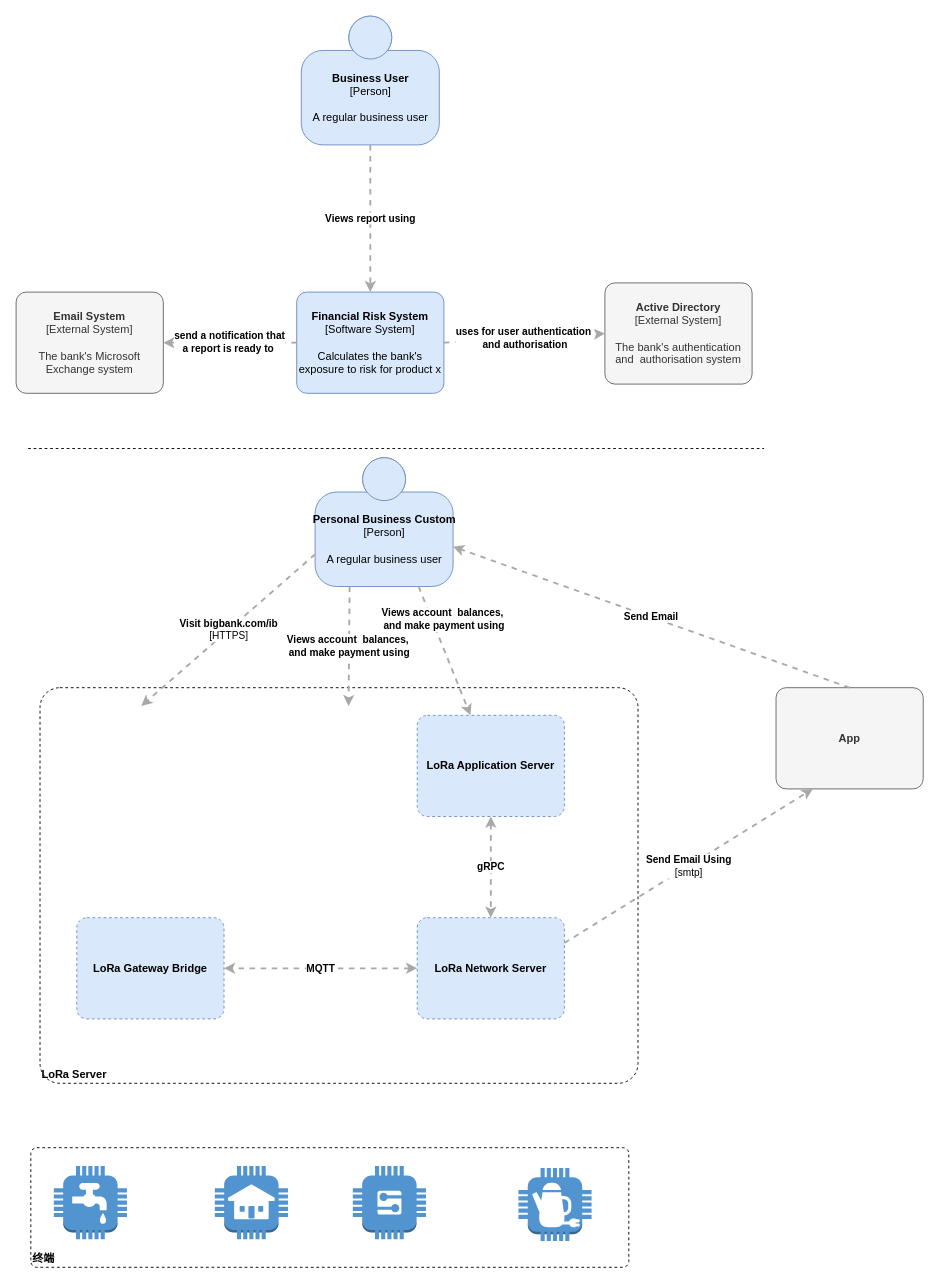
Before: seewo/drawio/设备协议统一.drawio in yzzh9/yzzh9, a draw.io diagram. Source tidied: cells renumbered, new cells numbered last; positions are measured from the earlier drawing's top-left corner, leaving out a move shared by most shapes. Both pictures are drawn from the tidied source at 92%, with x=0, y=0 at pixel (16, 16).
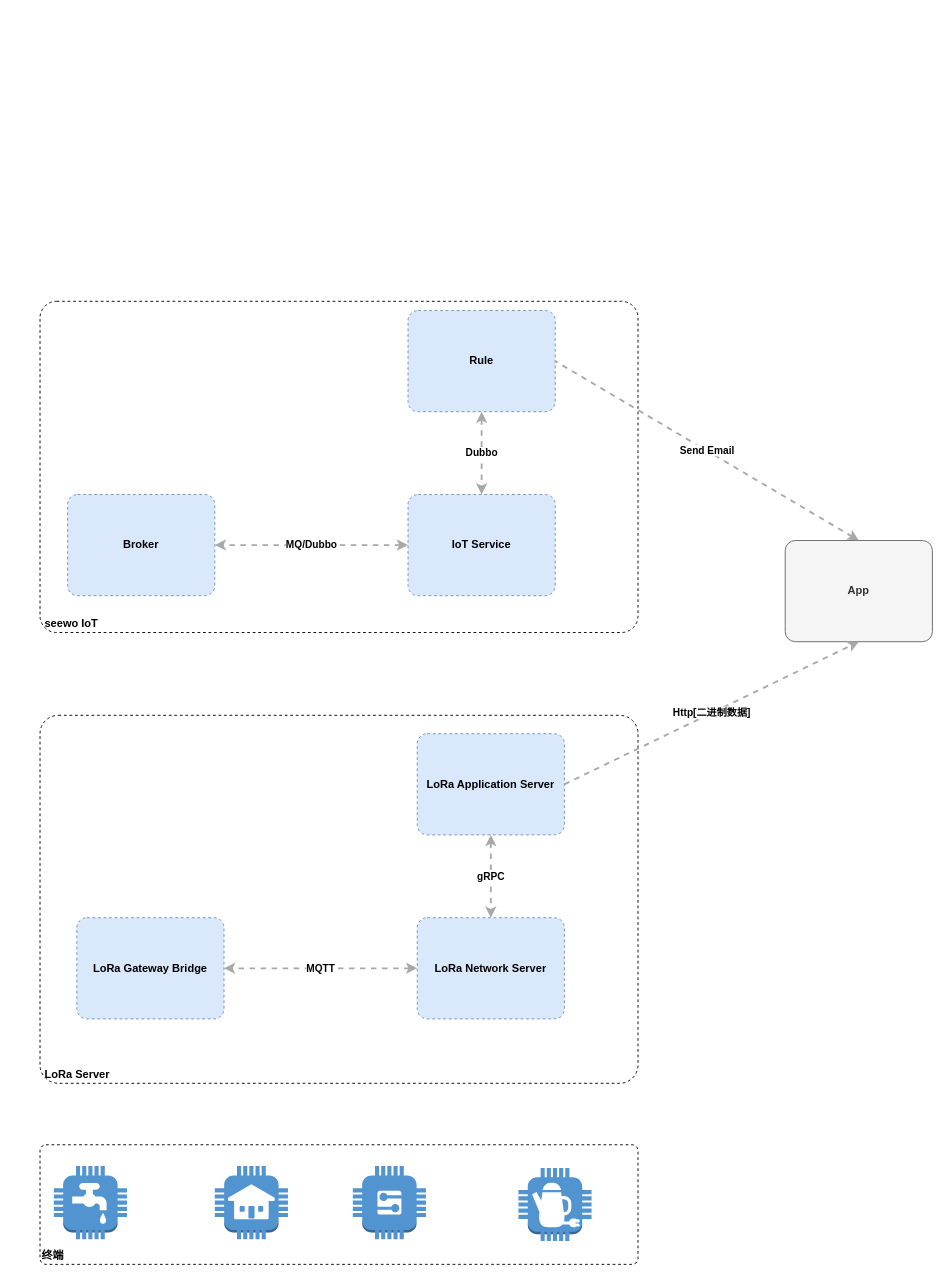
Above is the later version.

Commit message (it also covers changes not shown here):
更新设备协议统一.drawio

Unchanged cells that the change refers to:
```xml
<mxCell id="14" value="&lt;b&gt;LoRa Network Server&lt;/b&gt;" style="rounded=1;whiteSpace=wrap;html=1;labelBackgroundColor=none;fillColor=#dae8fc;fontColor=#000000;align=center;arcSize=10;strokeColor=#6c8ebf;points=[[0.25,0,0],[0.5,0,0],[0.75,0,0],[1,0.25,0],[1,0.5,0],[1,0.75,0],[0.75,1,0],[0.5,1,0],[0.25,1,0],[0,0.75,0],[0,0.5,0],[0,0.25,0]];dashed=1;" parent="1" vertex="1">
  <mxGeometry x="436" y="980" width="160" height="110" as="geometry" />
</mxCell>
```

The edit, as a diff of the source:
```diff
@@
-    <mxCell id="2" value="&lt;b&gt;Business User&lt;/b&gt;&lt;br&gt;&lt;div&gt;[Person]&lt;/div&gt;&lt;br&gt;&lt;div&gt;A regular business user&lt;/div&gt;" style="html=1;dashed=0;whitespace=wrap;fillColor=#DAE8FC;strokeColor=#6C8EBF;shape=mxgraph.c4.person;align=center;points=[[0.5,0,0],[1,0.5,0],[1,0.75,0],[0.75,1,0],[0.5,1,0],[0.25,1,0],[0,0.75,0],[0,0.5,0]];" parent="1" vertex="1">
-      <mxGeometry x="310" width="150" height="140" as="geometry" />
-    </mxCell>
-    <mxCell id="3" value="&lt;b&gt;Financial Risk System&lt;/b&gt;&lt;br&gt;&lt;div&gt;[Software System]&lt;/div&gt;&lt;br&gt;&lt;div&gt;Calculates the bank's exposure to risk for product x&lt;/div&gt;" style="rounded=1;whiteSpace=wrap;html=1;labelBackgroundColor=none;fillColor=#dae8fc;fontColor=#000000;align=center;arcSize=10;strokeColor=#6c8ebf;points=[[0.25,0,0],[0.5,0,0],[0.75,0,0],[1,0.25,0],[1,0.5,0],[1,0.75,0],[0.75,1,0],[0.5,1,0],[0.25,1,0],[0,0.75,0],[0,0.5,0],[0,0.25,0]];" parent="1" vertex="1">
-      <mxGeometry x="305" y="300" width="160" height="110" as="geometry" />
-    </mxCell>
-    <mxCell id="4" value="&lt;div style=&quot;text-align: left&quot;&gt;&lt;div style=&quot;text-align: center&quot;&gt;&lt;b&gt;Views report using&lt;/b&gt;&lt;/div&gt;&lt;/div&gt;" style="edgeStyle=none;rounded=0;html=1;entryX=0.5;entryY=0;jettySize=auto;strokeColor=#A8A8A8;strokeWidth=2;fontColor=#000000;jumpStyle=none;dashed=1;exitX=0.5;exitY=1;exitDx=0;exitDy=0;exitPerimeter=0;entryDx=0;entryDy=0;entryPerimeter=0;" parent="1" edge="1" source="2" target="3">
-      <mxGeometry relative="1" as="geometry" />
-    </mxCell>
-    <mxCell id="5" value="&lt;b&gt;Active Directory&lt;/b&gt;&lt;br&gt;&lt;div&gt;[External System]&lt;/div&gt;&lt;br&gt;&lt;div&gt;The bank's authentication and&amp;nbsp; authorisation system&lt;/div&gt;" style="rounded=1;whiteSpace=wrap;html=1;labelBackgroundColor=none;fillColor=#f5f5f5;fontColor=#333333;align=center;arcSize=10;strokeColor=#666666;points=[[0.25,0,0],[0.5,0,0],[0.75,0,0],[1,0.25,0],[1,0.5,0],[1,0.75,0],[0.75,1,0],[0.5,1,0],[0.25,1,0],[0,0.75,0],[0,0.5,0],[0,0.25,0]];" parent="1" vertex="1">
-      <mxGeometry x="640" y="290" width="160" height="110" as="geometry" />
-    </mxCell>
-    <mxCell id="6" value="&lt;div style=&quot;text-align: left&quot;&gt;&lt;div style=&quot;text-align: center&quot;&gt;&lt;b&gt;uses for user authentication&amp;nbsp;&lt;/b&gt;&lt;/div&gt;&lt;div style=&quot;text-align: center&quot;&gt;&lt;b&gt;and authorisation&lt;/b&gt;&lt;/div&gt;&lt;/div&gt;" style="edgeStyle=none;rounded=0;html=1;entryX=0;entryY=0.5;jettySize=auto;strokeColor=#A8A8A8;strokeWidth=2;fontColor=#000000;jumpStyle=none;dashed=1;exitX=1;exitY=0.5;exitDx=0;exitDy=0;exitPerimeter=0;entryDx=0;entryDy=0;entryPerimeter=0;" parent="1" edge="1" source="3" target="5">
-      <mxGeometry relative="1" as="geometry" />
-    </mxCell>
-    <mxCell id="7" value="&lt;b&gt;Email System&lt;/b&gt;&lt;br&gt;&lt;div&gt;[External System]&lt;/div&gt;&lt;br&gt;&lt;div&gt;The bank's Microsoft Exchange system&lt;/div&gt;" style="rounded=1;whiteSpace=wrap;html=1;labelBackgroundColor=none;fillColor=#f5f5f5;fontColor=#333333;align=center;arcSize=10;strokeColor=#666666;points=[[0.25,0,0],[0.5,0,0],[0.75,0,0],[1,0.25,0],[1,0.5,0],[1,0.75,0],[0.75,1,0],[0.5,1,0],[0.25,1,0],[0,0.75,0],[0,0.5,0],[0,0.25,0]];" parent="1" vertex="1">
-      <mxGeometry y="300" width="160" height="110" as="geometry" />
-    </mxCell>
-    <mxCell id="8" value="&lt;div style=&quot;text-align: left&quot;&gt;&lt;div style=&quot;text-align: center&quot;&gt;&lt;b&gt;send a notification that &lt;br&gt;a report is ready to&amp;nbsp;&lt;/b&gt;&lt;/div&gt;&lt;/div&gt;" style="edgeStyle=none;rounded=0;html=1;jettySize=auto;strokeColor=#A8A8A8;strokeWidth=2;fontColor=#000000;jumpStyle=none;dashed=1;exitX=0;exitY=0.5;exitDx=0;exitDy=0;exitPerimeter=0;" parent="1" edge="1" source="3" target="7">
-      <mxGeometry relative="1" as="geometry" />
-    </mxCell>
-    <mxCell id="9" style="endArrow=none;dashed=1;html=1;" parent="1" edge="1">
-      <mxGeometry relative="1" as="geometry">
-        <mxPoint x="13" y="470" as="sourcePoint" />
-        <mxPoint x="813" y="470" as="targetPoint" />
-      </mxGeometry>
-    </mxCell>
-    <mxCell id="10" value="&lt;b&gt;Personal Business Custom&lt;/b&gt;&lt;br&gt;&lt;div&gt;[Person]&lt;/div&gt;&lt;br&gt;&lt;div&gt;A regular business user&lt;/div&gt;" style="html=1;dashed=0;whitespace=wrap;fillColor=#DAE8FC;strokeColor=#6C8EBF;shape=mxgraph.c4.person;align=center;points=[[0.5,0,0],[1,0.5,0],[1,0.75,0],[0.75,1,0],[0.5,1,0],[0.25,1,0],[0,0.75,0],[0,0.5,0]];" parent="1" vertex="1">
-      <mxGeometry x="325" y="480" width="150" height="140" as="geometry" />
-    </mxCell>
-    <mxCell id="11" value="&lt;div style=&quot;text-align: left&quot;&gt;&lt;b style=&quot;text-align: center&quot;&gt;LoRa Server&lt;/b&gt;&lt;br&gt;&lt;/div&gt;" style="rounded=1;whiteSpace=wrap;html=1;labelBackgroundColor=none;fillColor=#ffffff;fontColor=#000000;align=left;arcSize=5;strokeColor=#000000;verticalAlign=bottom;dashed=1;" parent="1" vertex="1">
-      <mxGeometry x="26" y="730" width="650" height="430" as="geometry" />
+    <mxCell id="11" value="&lt;div style=&quot;text-align: left&quot;&gt;&lt;b style=&quot;text-align: center&quot;&gt;&amp;nbsp;LoRa Server&lt;/b&gt;&lt;br&gt;&lt;/div&gt;" style="rounded=1;whiteSpace=wrap;html=1;labelBackgroundColor=none;fillColor=#ffffff;fontColor=#000000;align=left;arcSize=5;strokeColor=#000000;verticalAlign=bottom;dashed=1;" parent="1" vertex="1">
+      <mxGeometry x="26" y="760" width="650" height="400" as="geometry" />
     </mxCell>
-    <mxCell id="12" value="&lt;div style=&quot;text-align: left&quot;&gt;&lt;div style=&quot;text-align: center&quot;&gt;&lt;b&gt;Views account&amp;nbsp; balances,&amp;nbsp;&lt;/b&gt;&lt;/div&gt;&lt;div style=&quot;text-align: center&quot;&gt;&lt;b&gt;and make payment using&lt;/b&gt;&lt;/div&gt;&lt;/div&gt;" style="edgeStyle=none;rounded=0;html=1;jettySize=auto;strokeColor=#A8A8A8;strokeWidth=2;fontColor=#000000;jumpStyle=none;dashed=1;exitX=0.25;exitY=1;exitDx=0;exitDy=0;exitPerimeter=0;" parent="1" edge="1" source="10">
-      <mxGeometry relative="1" as="geometry">
-        <mxPoint x="361.4" y="750" as="targetPoint" />
-      </mxGeometry>
-    </mxCell>
-    <mxCell id="13" value="&lt;b&gt;LoRa Application Server&lt;/b&gt;" style="rounded=1;whiteSpace=wrap;html=1;labelBackgroundColor=none;fillColor=#dae8fc;fontColor=#000000;align=center;arcSize=10;strokeColor=#6c8ebf;points=[[0.25,0,0],[0.5,0,0],[0.75,0,0],[1,0.25,0],[1,0.5,0],[1,0.75,0],[0.75,1,0],[0.5,1,0],[0.25,1,0],[0,0.75,0],[0,0.5,0],[0,0.25,0]];dashed=1;" parent="1" vertex="1">
-      <mxGeometry x="436" y="760" width="160" height="110" as="geometry" />
+    <mxCell id="13" value="&lt;b&gt;LoRa Application Server&lt;br&gt;&lt;/b&gt;" style="rounded=1;whiteSpace=wrap;html=1;labelBackgroundColor=none;fillColor=#dae8fc;fontColor=#000000;align=center;arcSize=10;strokeColor=#6c8ebf;points=[[0.25,0,0],[0.5,0,0],[0.75,0,0],[1,0.25,0],[1,0.5,0],[1,0.75,0],[0.75,1,0],[0.5,1,0],[0.25,1,0],[0,0.75,0],[0,0.5,0],[0,0.25,0]];dashed=1;" parent="1" vertex="1">
+      <mxGeometry x="436" y="780" width="160" height="110" as="geometry" />
     </mxCell>
@@
     <mxCell id="15" value="&lt;b&gt;App&lt;/b&gt;" style="rounded=1;whiteSpace=wrap;html=1;labelBackgroundColor=none;fillColor=#f5f5f5;fontColor=#333333;align=center;arcSize=10;strokeColor=#666666;points=[[0.25,0,0],[0.5,0,0],[0.75,0,0],[1,0.25,0],[1,0.5,0],[1,0.75,0],[0.75,1,0],[0.5,1,0],[0.25,1,0],[0,0.75,0],[0,0.5,0],[0,0.25,0]];" parent="1" vertex="1">
-      <mxGeometry x="826" y="730" width="160" height="110" as="geometry" />
+      <mxGeometry x="836" y="570" width="160" height="110" as="geometry" />
     </mxCell>
-    <mxCell id="16" value="&lt;div style=&quot;text-align: left&quot;&gt;&lt;div style=&quot;text-align: center&quot;&gt;&lt;b&gt;Visit bigbank.com/ib&lt;/b&gt;&lt;/div&gt;&lt;div style=&quot;text-align: center&quot;&gt;[HTTPS]&lt;/div&gt;&lt;/div&gt;" style="edgeStyle=none;rounded=0;html=1;entryX=0.5;entryY=0;jettySize=auto;strokeColor=#A8A8A8;strokeWidth=2;fontColor=#000000;jumpStyle=none;dashed=1;exitX=0;exitY=0.75;exitDx=0;exitDy=0;exitPerimeter=0;entryDx=0;entryDy=0;entryPerimeter=0;" parent="1" edge="1" source="10">
-      <mxGeometry relative="1" as="geometry">
-        <mxPoint x="136" y="750" as="targetPoint" />
-      </mxGeometry>
-    </mxCell>
-    <mxCell id="17" value="&lt;div style=&quot;text-align: left&quot;&gt;&lt;div style=&quot;text-align: center&quot;&gt;&lt;b&gt;Views account&amp;nbsp; balances,&amp;nbsp;&lt;/b&gt;&lt;/div&gt;&lt;div style=&quot;text-align: center&quot;&gt;&lt;b&gt;and make payment using&lt;/b&gt;&lt;/div&gt;&lt;/div&gt;" style="edgeStyle=none;rounded=0;html=1;jettySize=auto;strokeColor=#A8A8A8;strokeWidth=2;fontColor=#000000;jumpStyle=none;dashed=1;exitX=0.75;exitY=1;exitDx=0;exitDy=0;exitPerimeter=0;" parent="1" edge="1" source="10" target="13">
-      <mxGeometry x="-0.43" y="11" relative="1" as="geometry">
-        <mxPoint x="1" as="offset" />
-      </mxGeometry>
-    </mxCell>
-    <mxCell id="18" value="&lt;div style=&quot;text-align: left&quot;&gt;&lt;div style=&quot;text-align: center&quot;&gt;&lt;b&gt;Send Email&lt;/b&gt;&lt;/div&gt;&lt;/div&gt;" style="edgeStyle=none;rounded=0;html=1;jettySize=auto;strokeColor=#A8A8A8;strokeWidth=2;fontColor=#000000;jumpStyle=none;dashed=1;exitX=0.5;exitY=0;exitDx=0;exitDy=0;exitPerimeter=0;" parent="1" edge="1" source="15" target="10">
-      <mxGeometry relative="1" as="geometry" />
-    </mxCell>
@@
-    <mxCell id="21" value="&lt;div style=&quot;text-align: left&quot;&gt;&lt;div style=&quot;text-align: center&quot;&gt;&lt;b&gt;Send Email Using&lt;/b&gt;&lt;/div&gt;&lt;div style=&quot;text-align: center&quot;&gt;[smtp]&lt;/div&gt;&lt;/div&gt;" style="edgeStyle=none;rounded=0;html=1;entryX=0.25;entryY=1;jettySize=auto;strokeColor=#A8A8A8;strokeWidth=2;fontColor=#000000;jumpStyle=none;dashed=1;entryDx=0;entryDy=0;entryPerimeter=0;exitX=1;exitY=0.25;exitDx=0;exitDy=0;exitPerimeter=0;" parent="1" edge="1" source="14" target="15">
+    <mxCell id="21" value="&lt;div style=&quot;text-align: left&quot;&gt;&lt;div style=&quot;text-align: center&quot;&gt;&lt;b&gt;Http[二进制数据]&lt;/b&gt;&lt;/div&gt;&lt;/div&gt;" style="edgeStyle=none;rounded=0;html=1;entryX=0.5;entryY=1;jettySize=auto;strokeColor=#A8A8A8;strokeWidth=2;fontColor=#000000;jumpStyle=none;dashed=1;entryDx=0;entryDy=0;entryPerimeter=0;exitX=1;exitY=0.5;exitDx=0;exitDy=0;exitPerimeter=0;" parent="1" edge="1" source="13" target="15">
       <mxGeometry relative="1" as="geometry" />
     </mxCell>
     <mxCell id="22" value="&lt;div style=&quot;text-align: left&quot;&gt;&lt;b style=&quot;text-align: center&quot;&gt;终端&lt;/b&gt;&lt;br&gt;&lt;/div&gt;" style="rounded=1;whiteSpace=wrap;html=1;labelBackgroundColor=none;fillColor=#ffffff;fontColor=#000000;align=left;arcSize=5;strokeColor=#000000;verticalAlign=bottom;dashed=1;" parent="1" vertex="1">
-      <mxGeometry x="16" y="1230" width="650" height="130" as="geometry" />
+      <mxGeometry x="26" y="1226.8" width="650" height="130" as="geometry" />
     </mxCell>
@@
+    <mxCell id="28" value="&lt;div style=&quot;text-align: left&quot;&gt;&lt;b style=&quot;text-align: center&quot;&gt;&amp;nbsp;seewo IoT&lt;/b&gt;&lt;br&gt;&lt;/div&gt;" style="rounded=1;whiteSpace=wrap;html=1;labelBackgroundColor=none;fillColor=#ffffff;fontColor=#000000;align=left;arcSize=5;strokeColor=#000000;verticalAlign=bottom;dashed=1;" parent="1" vertex="1">
+      <mxGeometry x="26" y="310" width="650" height="360" as="geometry" />
+    </mxCell>
+    <mxCell id="29" value="&lt;b&gt;Rule&lt;br&gt;&lt;/b&gt;" style="rounded=1;whiteSpace=wrap;html=1;labelBackgroundColor=none;fillColor=#dae8fc;fontColor=#000000;align=center;arcSize=10;strokeColor=#6c8ebf;points=[[0.25,0,0],[0.5,0,0],[0.75,0,0],[1,0.25,0],[1,0.5,0],[1,0.75,0],[0.75,1,0],[0.5,1,0],[0.25,1,0],[0,0.75,0],[0,0.5,0],[0,0.25,0]];dashed=1;" parent="1" vertex="1">
+      <mxGeometry x="426" y="320" width="160" height="110" as="geometry" />
+    </mxCell>
+    <mxCell id="30" value="&lt;b&gt;IoT Service&lt;/b&gt;" style="rounded=1;whiteSpace=wrap;html=1;labelBackgroundColor=none;fillColor=#dae8fc;fontColor=#000000;align=center;arcSize=10;strokeColor=#6c8ebf;points=[[0.25,0,0],[0.5,0,0],[0.75,0,0],[1,0.25,0],[1,0.5,0],[1,0.75,0],[0.75,1,0],[0.5,1,0],[0.25,1,0],[0,0.75,0],[0,0.5,0],[0,0.25,0]];dashed=1;" parent="1" vertex="1">
+      <mxGeometry x="426" y="520" width="160" height="110" as="geometry" />
+    </mxCell>
+    <mxCell id="31" value="&lt;div style=&quot;text-align: left&quot;&gt;&lt;div style=&quot;text-align: center&quot;&gt;&lt;b&gt;Dubbo&lt;/b&gt;&lt;/div&gt;&lt;/div&gt;" style="edgeStyle=none;rounded=0;html=1;jettySize=auto;strokeColor=#A8A8A8;strokeWidth=2;fontColor=#000000;jumpStyle=none;dashed=1;exitX=0.5;exitY=1;exitDx=0;exitDy=0;exitPerimeter=0;startArrow=classic;startFill=1;" parent="1" edge="1" source="29" target="30">
+      <mxGeometry relative="1" as="geometry" />
+    </mxCell>
+    <mxCell id="32" value="&lt;div style=&quot;text-align: left&quot;&gt;&lt;div style=&quot;text-align: center&quot;&gt;&lt;b&gt;MQ/Dubbo&lt;/b&gt;&lt;/div&gt;&lt;/div&gt;" style="edgeStyle=none;rounded=0;html=1;jettySize=auto;strokeColor=#A8A8A8;strokeWidth=2;fontColor=#000000;jumpStyle=none;dashed=1;exitX=0;exitY=0.5;exitDx=0;exitDy=0;exitPerimeter=0;startArrow=classic;startFill=1;" parent="1" edge="1" source="30">
+      <mxGeometry relative="1" as="geometry">
+        <mxPoint x="216" y="575" as="targetPoint" />
+      </mxGeometry>
+    </mxCell>
+    <mxCell id="33" value="&lt;b&gt;Broker&lt;/b&gt;" style="rounded=1;whiteSpace=wrap;html=1;labelBackgroundColor=none;fillColor=#dae8fc;fontColor=#000000;align=center;arcSize=10;strokeColor=#6c8ebf;dashed=1;" parent="1" vertex="1">
+      <mxGeometry x="56" y="520" width="160" height="110" as="geometry" />
+    </mxCell>
+    <mxCell id="18" value="&lt;div style=&quot;text-align: left&quot;&gt;&lt;div style=&quot;text-align: center&quot;&gt;&lt;b&gt;Send Email&lt;/b&gt;&lt;/div&gt;&lt;/div&gt;" style="edgeStyle=none;rounded=0;html=1;jettySize=auto;strokeColor=#A8A8A8;strokeWidth=2;fontColor=#000000;jumpStyle=none;dashed=1;exitX=0.5;exitY=0;exitDx=0;exitDy=0;exitPerimeter=0;entryX=1;entryY=0.5;entryDx=0;entryDy=0;entryPerimeter=0;startArrow=classic;startFill=1;endArrow=none;endFill=0;" parent="1" edge="1" source="15" target="29">
+      <mxGeometry relative="1" as="geometry" />
+    </mxCell>
```
